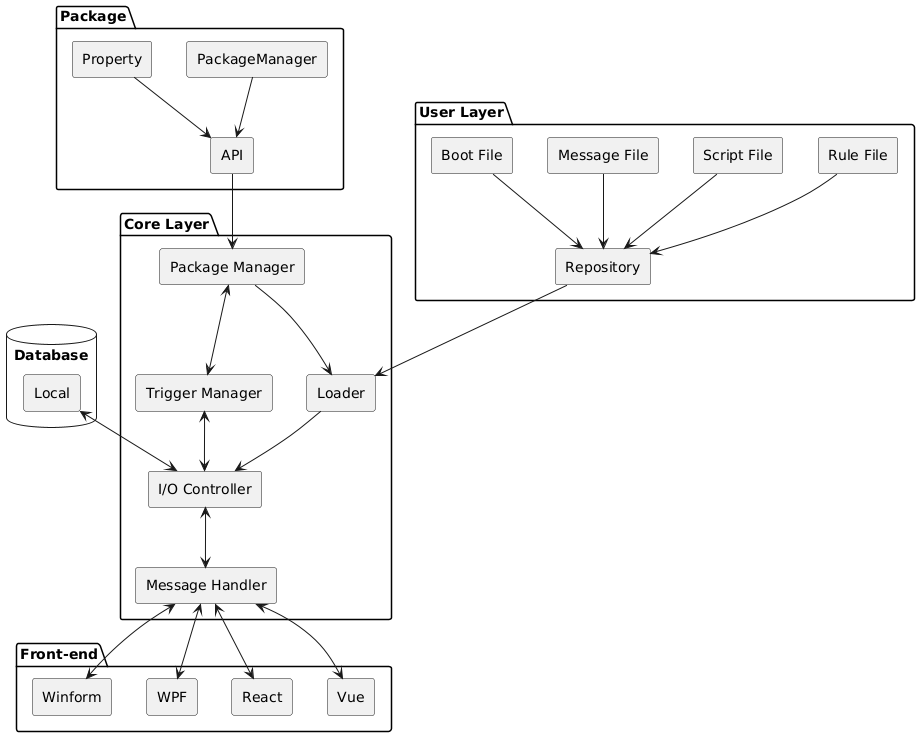
Earlier version of the PlantUML export img/diagram.png (portget/portdoc).
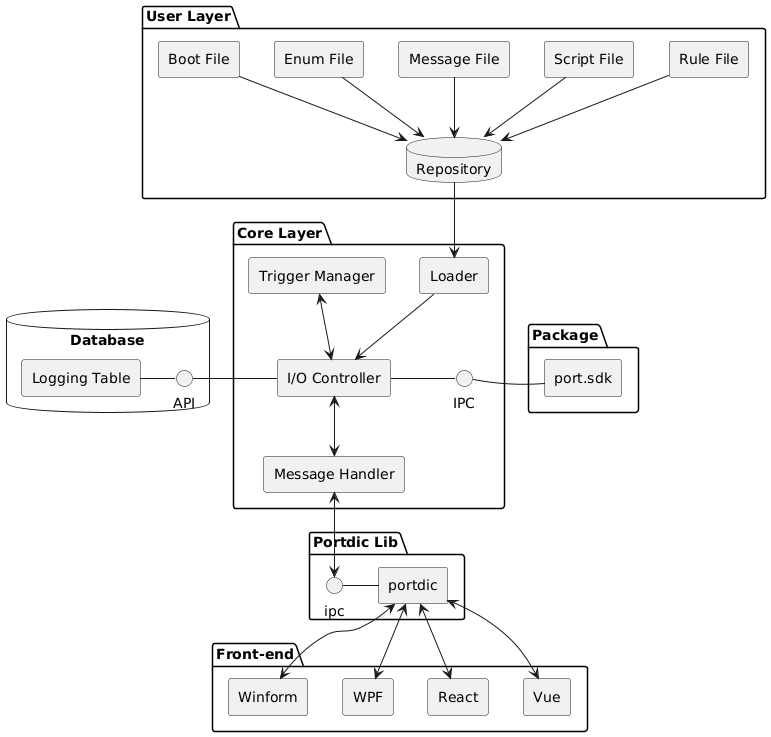
Above is the later version.

The edit, as a diff of the source:
```diff
@@ -1,17 +1,28 @@
 @startuml
 skinparam componentStyle rectangle
 
+
+database "Database" {
+    [Logging Table] - API
+}
+
 package "Core Layer" {
+    [I/O Controller] - API
+    [I/O Controller] - IPC
     [Trigger Manager] <--> [I/O Controller]
-    [Package Manager] --> [Loader]
-    [Package Manager] <--> [Trigger Manager]
     [Loader]
     [Loader] --> [I/O Controller]
     [I/O Controller] <--> [Message Handler]
+
+}
+
+package "Package" {
+    IPC - [port.sdk]
 }
 
 package "User Layer" {
     [Boot File] --> [Repository]
+    [Enum File] --> [Repository]
     [Message File] --> [Repository]
     [Script File] --> [Repository]
     [Rule File] --> [Repository]
@@ -19,21 +30,21 @@
 }
 
 
-package "Front-end" {
-    [Message Handler] <--> [Winform]
-    [Message Handler] <--> [WPF]
-    [Message Handler] <--> [React]
-    [Message Handler] <--> [Vue]
+database "Repository" {
+
 }
 
 
-database "Database" {
-    [Local] <--> [I/O Controller]
+
+package "Portdic Lib" {
+    ipc - [portdic]
+    [Message Handler] <--> [ipc]
 }
 
-package "Package" {
-    [Property] --> [API]
-    [PackageManager] --> [API]
-    [API]-->[Package Manager]
+package "Front-end" {
+    [portdic] <--> [Winform]
+    [portdic] <--> [WPF]
+    [portdic] <--> [React]
+    [portdic] <--> [Vue]
 }
 @enduml
```
